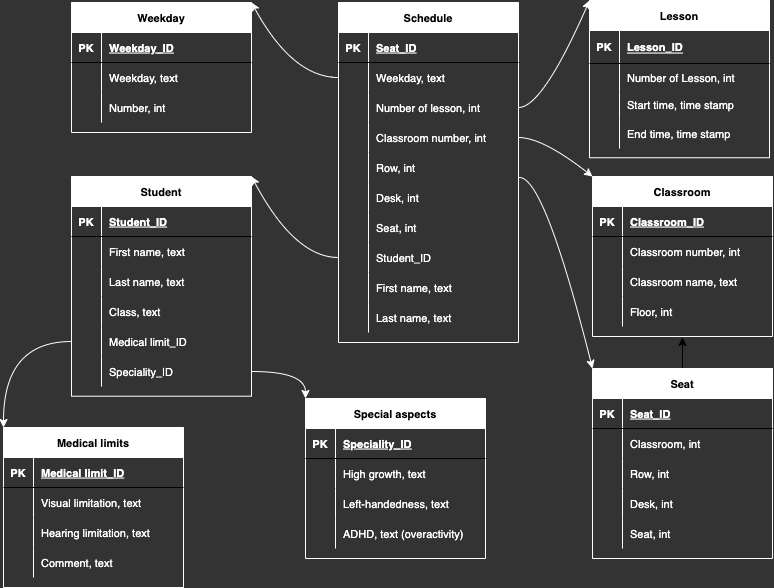
Above: dia.drawio.png in 12data12/Database_Structure (draw.io), before the change. Source tidied: cells renumbered, new cells last; positions are measured from the earlier drawing's top-left corner, leaving out a move shared by most shapes.
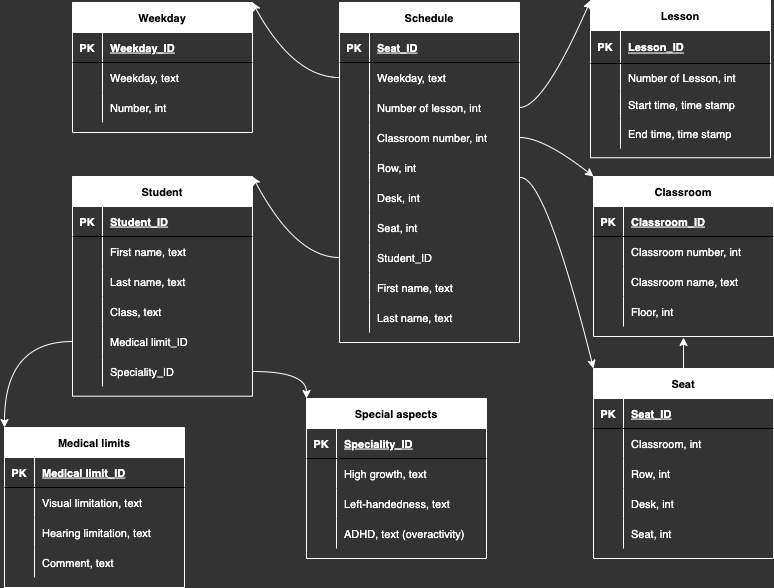
After the change.

Commit message:
Color correction

Diff of the diagram source:
```diff
@@ -2,7 +2,7 @@
   <root>
     <mxCell id="0" />
     <mxCell id="1" parent="0" />
-    <mxCell id="2" style="edgeStyle=none;html=1;fontSize=11;rounded=0;curved=1;" parent="1" edge="1" source="3">
+    <mxCell id="2" style="edgeStyle=none;html=1;fontSize=11;rounded=0;curved=1;strokeColor=#FFFFFF;" parent="1" edge="1" source="3">
       <mxGeometry relative="1" as="geometry">
         <mxPoint x="679" y="337" as="targetPoint" />
       </mxGeometry>
```
